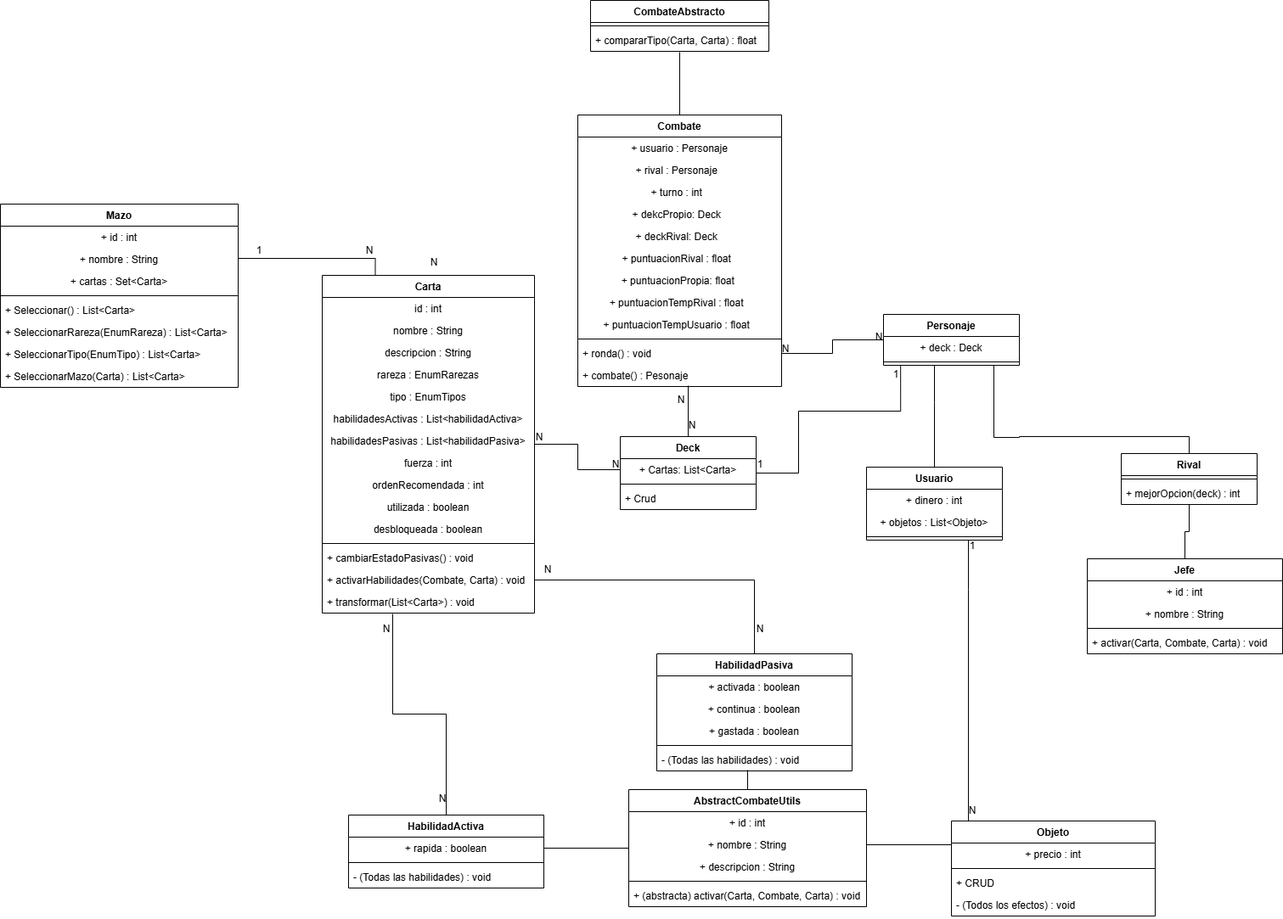
The draw.io diagram Imagenes/diagrama de clases.drawio.png in gian700/Beastdeck, before a commit. Source tidied: cells renumbered, new cells last; positions are measured from the earlier drawing's top-left corner, leaving out a move shared by most shapes.
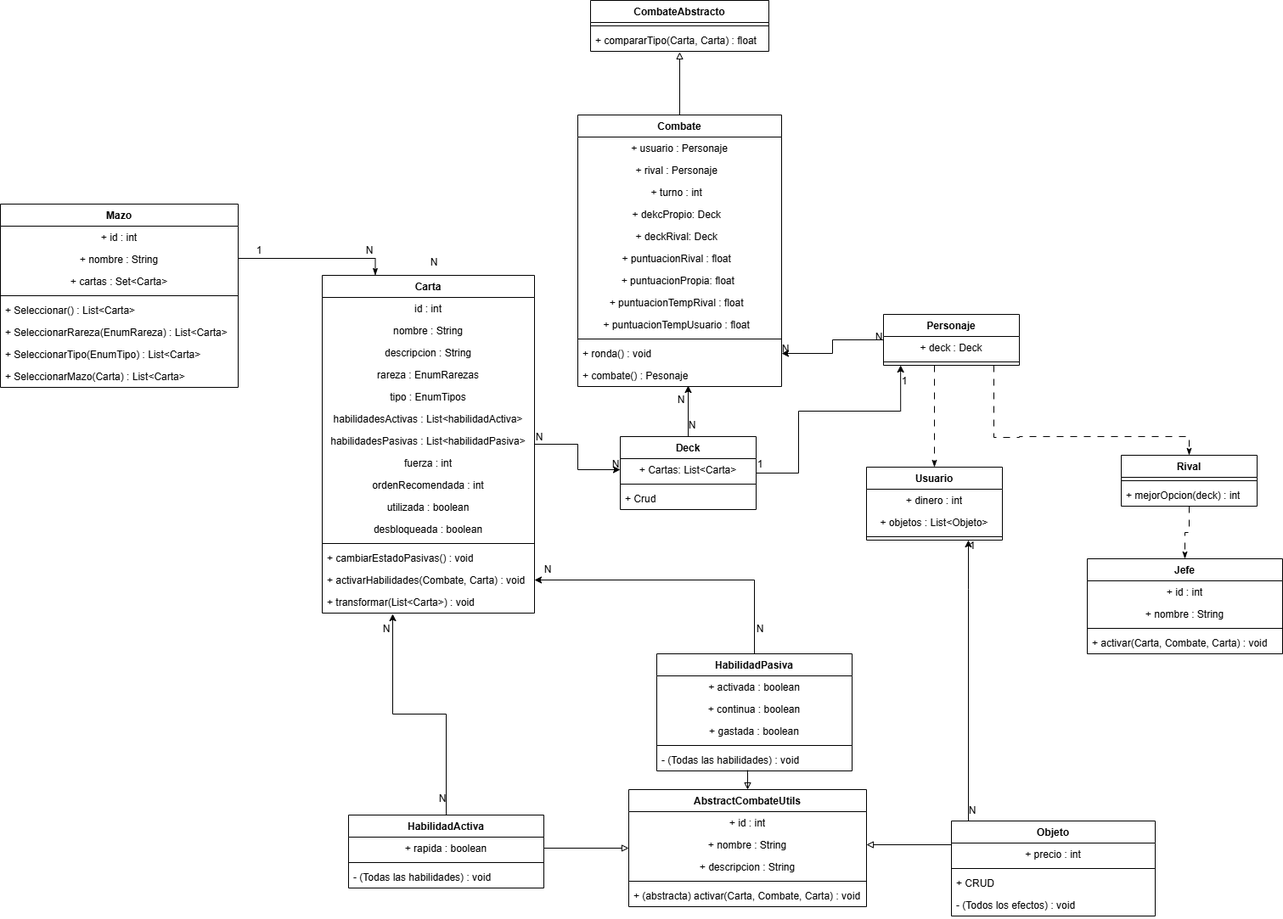
After the commit.

Diff of the diagram source:
```diff
@@ -2,7 +2,7 @@
   <root>
     <mxCell id="0" />
     <mxCell id="1" parent="0" />
-    <mxCell id="2" style="edgeStyle=orthogonalEdgeStyle;rounded=0;jettySize=auto;html=1;entryX=0;entryY=0.5;entryDx=0;entryDy=0;endArrow=none;startFill=0;" parent="1" edge="1" source="3" target="25">
+    <mxCell id="2" style="edgeStyle=orthogonalEdgeStyle;rounded=0;jettySize=auto;html=1;entryX=0;entryY=0.5;entryDx=0;entryDy=0;endArrow=classic;startFill=0;endFill=1;" parent="1" edge="1" source="3" target="25">
       <mxGeometry relative="1" as="geometry">
         <Array as="points">
           <mxPoint x="680" y="523" />
@@ -70,7 +70,7 @@
     <mxCell id="22" value="- (Todas las habilidades) : void" style="text;strokeColor=none;fillColor=none;align=left;verticalAlign=top;spacingLeft=4;spacingRight=4;overflow=hidden;whiteSpace=wrap;html=1;" parent="19" vertex="1">
       <mxGeometry y="60" width="230" height="26" as="geometry" />
     </mxCell>
-    <mxCell id="23" style="edgeStyle=orthogonalEdgeStyle;rounded=0;jettySize=auto;html=1;entryX=0.126;entryY=1;entryDx=0;entryDy=0;entryPerimeter=0;endArrow=none;startFill=0;" parent="1" edge="1" source="24" target="94">
+    <mxCell id="23" style="edgeStyle=orthogonalEdgeStyle;rounded=0;jettySize=auto;html=1;entryX=0.126;entryY=1;entryDx=0;entryDy=0;entryPerimeter=0;endArrow=classic;startFill=0;endFill=1;" parent="1" edge="1" source="24" target="94">
       <mxGeometry relative="1" as="geometry">
         <Array as="points">
           <mxPoint x="940" y="557" />
@@ -157,7 +157,7 @@
     <mxCell id="49" style="line;strokeWidth=1;fillColor=none;align=left;verticalAlign=middle;spacingTop=-1;spacingLeft=3;spacingRight=3;labelPosition=right;strokeColor=inherit;" parent="46" vertex="1">
       <mxGeometry y="78" width="160" height="8" as="geometry" />
     </mxCell>
-    <mxCell id="50" style="edgeStyle=orthogonalEdgeStyle;rounded=0;jettySize=auto;html=1;entryX=0.25;entryY=0;entryDx=0;entryDy=0;endArrow=none;startFill=0;" parent="1" edge="1" source="51" target="3">
+    <mxCell id="50" style="edgeStyle=orthogonalEdgeStyle;rounded=0;jettySize=auto;html=1;entryX=0.25;entryY=0;entryDx=0;entryDy=0;endArrow=classicThin;startFill=0;endFill=1;" parent="1" edge="1" source="51" target="3">
       <mxGeometry relative="1" as="geometry">
         <Array as="points">
           <mxPoint x="442" y="304" />
@@ -200,11 +200,11 @@
     <mxCell id="62" value="+ compararTipo(Carta, Carta) : float&amp;nbsp;" style="text;strokeColor=none;fillColor=none;align=left;verticalAlign=top;spacingLeft=4;spacingRight=4;overflow=hidden;points=[[0,0.5],[1,0.5]];portConstraint=eastwest;whiteSpace=wrap;html=1;" parent="60" vertex="1">
       <mxGeometry y="34" width="210" height="26" as="geometry" />
     </mxCell>
-    <mxCell id="63" style="edgeStyle=orthogonalEdgeStyle;rounded=0;jettySize=auto;html=1;entryX=0.5;entryY=0;entryDx=0;entryDy=0;endArrow=none;startFill=0;" parent="1" edge="1" source="64" target="41">
+    <mxCell id="63" style="edgeStyle=orthogonalEdgeStyle;rounded=0;jettySize=auto;html=1;entryX=0.5;entryY=0;entryDx=0;entryDy=0;endArrow=classicThin;startFill=0;dashed=1;dashPattern=8 8;endFill=1;" parent="1" edge="1" source="64" target="41">
       <mxGeometry relative="1" as="geometry" />
     </mxCell>
     <mxCell id="64" value="Rival" style="swimlane;fontStyle=1;align=center;verticalAlign=top;horizontal=1;startSize=26;whiteSpace=wrap;html=1;" parent="1" vertex="1">
-      <mxGeometry x="1320" y="534" width="160" height="60" as="geometry" />
+      <mxGeometry x="1320" y="536" width="160" height="60" as="geometry" />
     </mxCell>
     <mxCell id="65" style="line;strokeWidth=1;fillColor=none;align=left;verticalAlign=middle;spacingTop=-1;spacingLeft=3;spacingRight=3;labelPosition=right;strokeColor=inherit;" parent="64" vertex="1">
       <mxGeometry y="26" width="160" height="8" as="geometry" />
@@ -212,7 +212,7 @@
     <mxCell id="66" value="+ mejorOpcion(deck) : int" style="text;strokeColor=none;fillColor=none;align=left;verticalAlign=top;spacingLeft=4;spacingRight=4;overflow=hidden;whiteSpace=wrap;html=1;" parent="64" vertex="1">
       <mxGeometry y="34" width="160" height="26" as="geometry" />
     </mxCell>
-    <mxCell id="67" style="edgeStyle=orthogonalEdgeStyle;rounded=0;jettySize=auto;html=1;entryX=0.75;entryY=1;entryDx=0;entryDy=0;endArrow=none;startFill=0;" parent="1" edge="1" source="68" target="46">
+    <mxCell id="67" style="edgeStyle=orthogonalEdgeStyle;rounded=0;jettySize=auto;html=1;entryX=0.75;entryY=1;entryDx=0;entryDy=0;endArrow=classic;startFill=0;endFill=1;" parent="1" edge="1" source="68" target="46">
       <mxGeometry relative="1" as="geometry">
         <Array as="points">
           <mxPoint x="1140" y="694" />
@@ -235,7 +235,7 @@
     <mxCell id="72" value="- (Todos los efectos) : void" style="text;strokeColor=none;fillColor=none;align=left;verticalAlign=top;spacingLeft=4;spacingRight=4;overflow=hidden;whiteSpace=wrap;html=1;" parent="68" vertex="1">
       <mxGeometry y="86" width="240" height="26" as="geometry" />
     </mxCell>
-    <mxCell id="73" style="edgeStyle=orthogonalEdgeStyle;rounded=0;jettySize=auto;html=1;entryX=1;entryY=0.5;entryDx=0;entryDy=0;endArrow=none;startFill=0;" parent="1" edge="1" source="74" target="17">
+    <mxCell id="73" style="edgeStyle=orthogonalEdgeStyle;rounded=0;jettySize=auto;html=1;entryX=1;entryY=0.5;entryDx=0;entryDy=0;endArrow=classic;startFill=0;endFill=1;" parent="1" edge="1" source="74" target="17">
       <mxGeometry relative="1" as="geometry" />
     </mxCell>
     <mxCell id="74" value="HabilidadPasiva" style="swimlane;fontStyle=1;align=center;verticalAlign=top;horizontal=1;startSize=26;whiteSpace=wrap;html=1;" parent="1" vertex="1">
@@ -256,7 +256,7 @@
     <mxCell id="79" value="- (Todas las habilidades) : void" style="text;strokeColor=none;fillColor=none;align=left;verticalAlign=top;spacingLeft=4;spacingRight=4;overflow=hidden;points=[[0,0.5],[1,0.5]];portConstraint=eastwest;whiteSpace=wrap;html=1;" parent="74" vertex="1">
       <mxGeometry y="112" width="230" height="26" as="geometry" />
     </mxCell>
-    <mxCell id="80" style="edgeStyle=orthogonalEdgeStyle;rounded=0;jettySize=auto;html=1;entryX=1;entryY=0.5;entryDx=0;entryDy=0;endArrow=none;startFill=0;" parent="1" edge="1" source="81" target="20">
+    <mxCell id="80" style="edgeStyle=orthogonalEdgeStyle;rounded=0;jettySize=auto;html=1;entryX=1;entryY=0.5;entryDx=0;entryDy=0;endArrow=none;startFill=0;endFill=1;startArrow=block;" parent="1" edge="1" source="81" target="20">
       <mxGeometry relative="1" as="geometry" />
     </mxCell>
     <mxCell id="81" value="AbstractCombateUtils" style="swimlane;fontStyle=1;align=center;verticalAlign=top;horizontal=1;startSize=26;whiteSpace=wrap;html=1;" parent="1" vertex="1">
@@ -277,13 +277,13 @@
     <mxCell id="86" value="+ (abstracta) activar(Carta, Combate, Carta) : void" style="text;strokeColor=none;fillColor=none;align=left;verticalAlign=top;spacingLeft=4;spacingRight=4;overflow=hidden;whiteSpace=wrap;html=1;" parent="81" vertex="1">
       <mxGeometry y="112" width="280" height="26" as="geometry" />
     </mxCell>
-    <mxCell id="87" style="edgeStyle=orthogonalEdgeStyle;rounded=0;jettySize=auto;html=1;entryX=0.465;entryY=0.962;entryDx=0;entryDy=0;entryPerimeter=0;endArrow=none;startFill=0;" parent="1" edge="1" source="81" target="79">
+    <mxCell id="87" style="edgeStyle=orthogonalEdgeStyle;rounded=0;jettySize=auto;html=1;entryX=0.465;entryY=0.962;entryDx=0;entryDy=0;entryPerimeter=0;endArrow=none;startFill=0;endFill=1;startArrow=block;" parent="1" edge="1" source="81" target="79">
       <mxGeometry relative="1" as="geometry" />
     </mxCell>
-    <mxCell id="88" style="edgeStyle=orthogonalEdgeStyle;rounded=0;jettySize=auto;html=1;entryX=0;entryY=0.25;entryDx=0;entryDy=0;endArrow=none;startFill=0;" parent="1" edge="1" source="83" target="68">
+    <mxCell id="88" style="edgeStyle=orthogonalEdgeStyle;rounded=0;jettySize=auto;html=1;entryX=0;entryY=0.25;entryDx=0;entryDy=0;endArrow=none;startFill=0;endFill=1;startArrow=block;" parent="1" edge="1" source="83" target="68">
       <mxGeometry relative="1" as="geometry" />
     </mxCell>
-    <mxCell id="89" style="edgeStyle=orthogonalEdgeStyle;rounded=0;jettySize=auto;html=1;entryX=0.5;entryY=0;entryDx=0;entryDy=0;endArrow=none;startFill=0;" parent="1" edge="1" source="92" target="46">
+    <mxCell id="89" style="edgeStyle=orthogonalEdgeStyle;rounded=0;jettySize=auto;html=1;entryX=0.5;entryY=0;entryDx=0;entryDy=0;endArrow=classicThin;startFill=0;dashed=1;dashPattern=8 8;endFill=1;" parent="1" edge="1" source="92" target="46">
       <mxGeometry relative="1" as="geometry">
         <Array as="points">
           <mxPoint x="1100" y="474" />
@@ -291,7 +291,7 @@
         </Array>
       </mxGeometry>
     </mxCell>
-    <mxCell id="90" style="edgeStyle=orthogonalEdgeStyle;rounded=0;jettySize=auto;html=1;entryX=0.5;entryY=0;entryDx=0;entryDy=0;endArrow=none;startFill=0;" parent="1" edge="1" source="92" target="64">
+    <mxCell id="90" style="edgeStyle=orthogonalEdgeStyle;rounded=0;jettySize=auto;html=1;entryX=0.5;entryY=0;entryDx=0;entryDy=0;endArrow=classicThin;startFill=0;dashed=1;dashPattern=8 8;endFill=1;" parent="1" edge="1" source="92" target="64">
       <mxGeometry relative="1" as="geometry">
         <Array as="points">
           <mxPoint x="1170" y="515" />
@@ -300,7 +300,7 @@
         </Array>
       </mxGeometry>
     </mxCell>
-    <mxCell id="91" style="edgeStyle=orthogonalEdgeStyle;rounded=0;jettySize=auto;html=1;entryX=1;entryY=0.5;entryDx=0;entryDy=0;endArrow=none;startFill=0;" parent="1" edge="1" source="92" target="39">
+    <mxCell id="91" style="edgeStyle=orthogonalEdgeStyle;rounded=0;jettySize=auto;html=1;entryX=1;entryY=0.5;entryDx=0;entryDy=0;endArrow=classic;startFill=0;endFill=1;" parent="1" edge="1" source="92" target="39">
       <mxGeometry relative="1" as="geometry" />
     </mxCell>
     <mxCell id="92" value="Personaje" style="swimlane;fontStyle=1;align=center;verticalAlign=top;horizontal=1;startSize=26;whiteSpace=wrap;html=1;" parent="1" vertex="1">
@@ -312,14 +312,14 @@
     <mxCell id="94" style="line;strokeWidth=1;fillColor=none;align=left;verticalAlign=middle;spacingTop=-1;spacingLeft=3;spacingRight=3;labelPosition=right;points=[];portConstraint=eastwest;strokeColor=inherit;" parent="92" vertex="1">
       <mxGeometry y="52" width="160" height="8" as="geometry" />
     </mxCell>
-    <mxCell id="95" style="edgeStyle=orthogonalEdgeStyle;rounded=0;jettySize=auto;html=1;entryX=0.332;entryY=1.038;entryDx=0;entryDy=0;entryPerimeter=0;endArrow=none;startFill=0;" parent="1" edge="1" source="19" target="18">
+    <mxCell id="95" style="edgeStyle=orthogonalEdgeStyle;rounded=0;jettySize=auto;html=1;entryX=0.332;entryY=1.038;entryDx=0;entryDy=0;entryPerimeter=0;endArrow=classic;startFill=0;endFill=1;" parent="1" edge="1" source="19" target="18">
       <mxGeometry relative="1" as="geometry" />
     </mxCell>
-    <mxCell id="96" style="edgeStyle=orthogonalEdgeStyle;rounded=0;jettySize=auto;html=1;entryX=0.5;entryY=1.038;entryDx=0;entryDy=0;entryPerimeter=0;verticalAlign=middle;endArrow=none;startFill=0;" parent="1" edge="1" source="28" target="62">
+    <mxCell id="96" style="edgeStyle=orthogonalEdgeStyle;rounded=0;jettySize=auto;html=1;entryX=0.5;entryY=1.038;entryDx=0;entryDy=0;entryPerimeter=0;verticalAlign=middle;endArrow=block;startFill=0;startArrow=none;endFill=0;" parent="1" edge="1" source="28" target="62">
       <mxGeometry relative="1" as="geometry" />
     </mxCell>
     <mxCell id="97" value="1" style="text;html=1;align=center;verticalAlign=middle;whiteSpace=wrap;rounded=0;" parent="1" vertex="1">
-      <mxGeometry x="1050" y="434" width="10" height="14" as="geometry" />
+      <mxGeometry x="1060" y="442" width="10" height="14" as="geometry" />
     </mxCell>
     <mxCell id="98" value="1" style="text;html=1;align=center;verticalAlign=middle;whiteSpace=wrap;rounded=0;" parent="1" vertex="1">
       <mxGeometry x="300" y="288" width="10" height="14" as="geometry" />
@@ -348,7 +348,7 @@
     <mxCell id="106" value="N" style="text;html=1;align=center;verticalAlign=middle;whiteSpace=wrap;rounded=0;" parent="1" vertex="1">
       <mxGeometry x="890" y="734" width="10" height="14" as="geometry" />
     </mxCell>
-    <mxCell id="107" style="edgeStyle=orthogonalEdgeStyle;rounded=0;jettySize=auto;html=1;endArrow=none;startFill=0;" parent="1" edge="1" source="24">
+    <mxCell id="107" style="edgeStyle=orthogonalEdgeStyle;rounded=0;jettySize=auto;html=1;endArrow=classic;startFill=0;endFill=1;" parent="1" edge="1" source="24">
       <mxGeometry relative="1" as="geometry">
         <mxPoint x="810" y="454" as="targetPoint" />
         <Array as="points">
```
